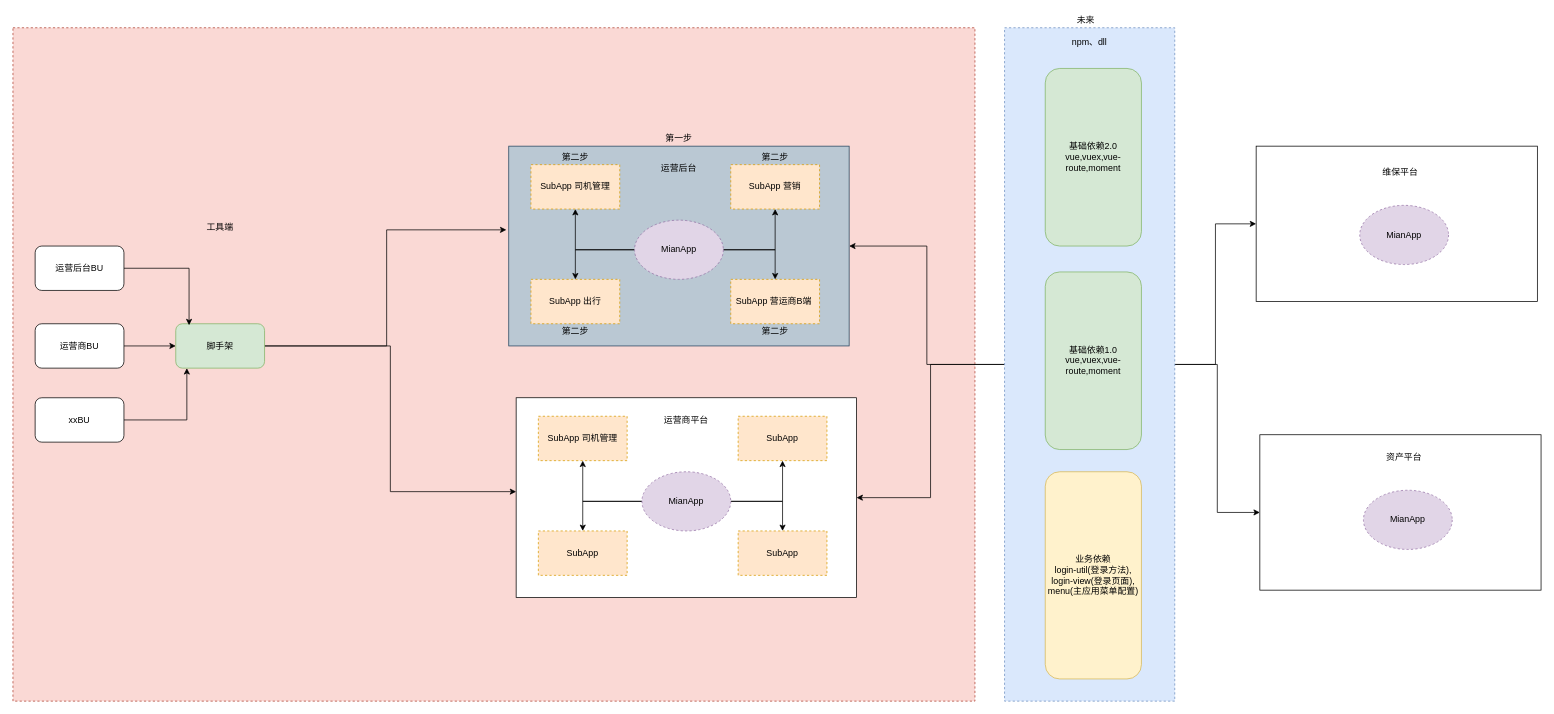
Earlier version of the draw.io diagram 业务平台应用拆分.drawio (sfyr111/draw). Source tidied: cells renumbered, new cells numbered last; positions are measured from the earlier drawing's top-left corner, leaving out a move shared by most shapes. Both pictures are drawn from the tidied source at 74%, with x=0, y=0 at pixel (13, 13).
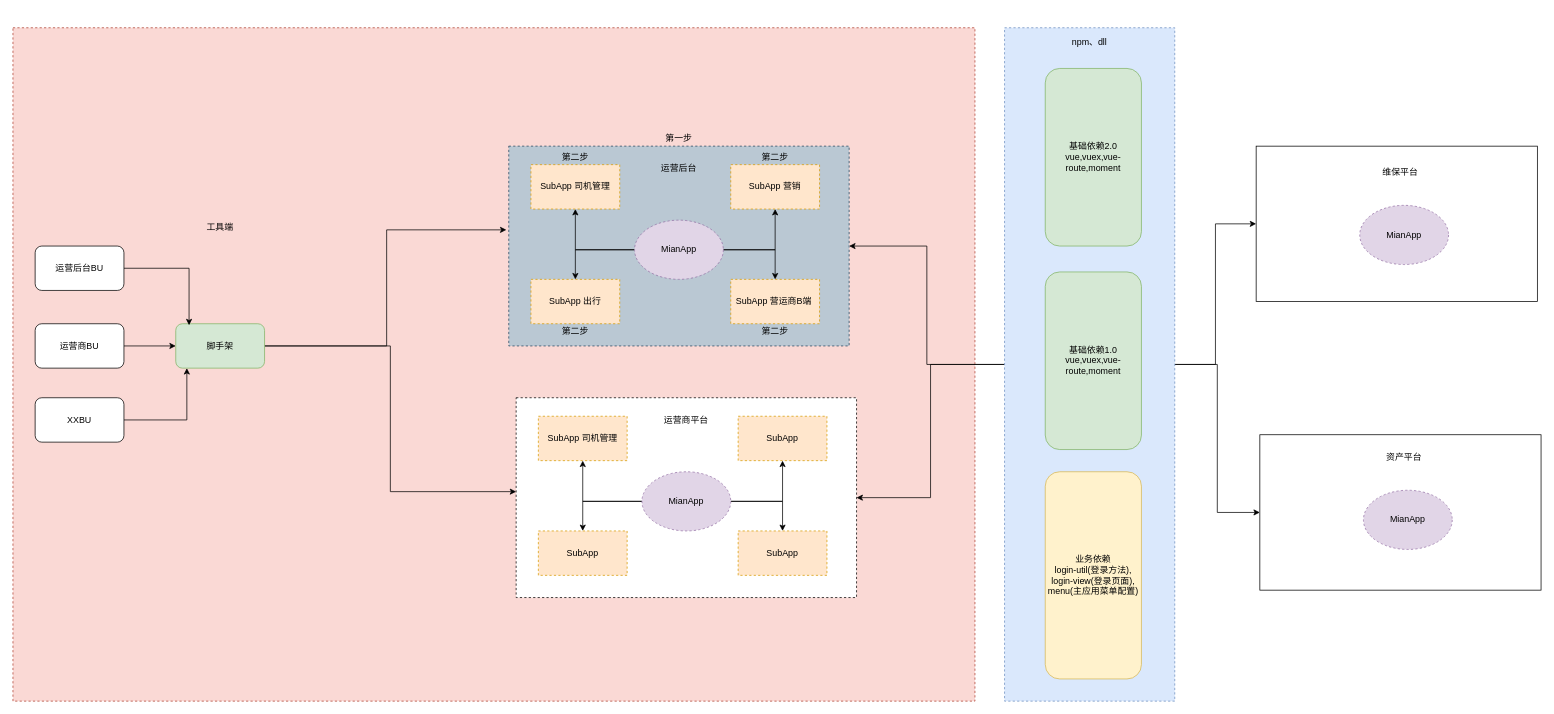
After the change.

Commit message:
更新业务平台应用拆分.drawio

The edit, as a diff of the source:
```diff
@@
-    <mxCell id="10" style="rounded=1;whiteSpace=wrap;html=1;arcSize=0;fillColor=#bac8d3;strokeColor=#23445d;" parent="1" vertex="1">
+    <mxCell id="10" style="rounded=1;whiteSpace=wrap;html=1;arcSize=0;fillColor=#bac8d3;strokeColor=#23445d;dashed=1;" parent="1" vertex="1">
       <mxGeometry x="670" y="180" width="460" height="270" as="geometry" />
     </mxCell>
@@
-    <mxCell id="21" style="rounded=1;whiteSpace=wrap;html=1;arcSize=0;" parent="1" vertex="1">
+    <mxCell id="21" style="rounded=1;whiteSpace=wrap;html=1;arcSize=0;dashed=1;" parent="1" vertex="1">
       <mxGeometry x="680" y="520" width="460" height="270" as="geometry" />
     </mxCell>
@@
-    <mxCell id="44" value="未来" style="text;html=1;strokeColor=none;fillColor=none;align=center;verticalAlign=middle;whiteSpace=wrap;rounded=0;" parent="1" vertex="1">
-      <mxGeometry x="1430" width="40" height="20" as="geometry" />
-    </mxCell>
@@
-    <mxCell id="54" value="xxBU" style="rounded=1;whiteSpace=wrap;html=1;" parent="1" vertex="1">
+    <mxCell id="54" value="XXBU" style="rounded=1;whiteSpace=wrap;html=1;" parent="1" vertex="1">
       <mxGeometry x="30" y="520" width="120" height="60" as="geometry" />
     </mxCell>
```
